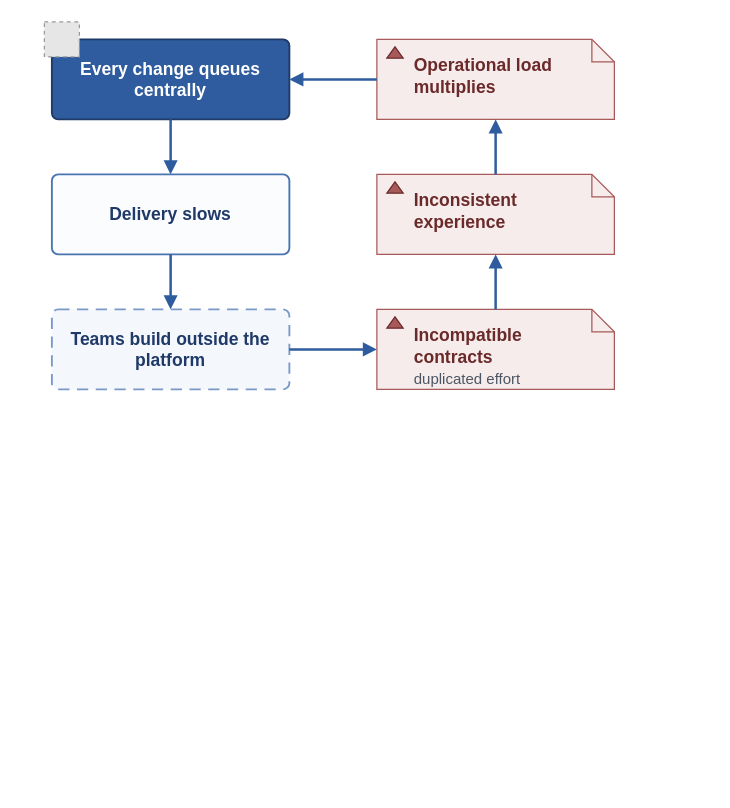
The draw.io diagram diagrams/centralized-friction-loop.drawio in missBerg/platform-capabilities, before the edit. Source tidied: cells renumbered, new cells numbered last; positions are measured from the earlier drawing's top-left corner, leaving out a move shared by most shapes. Both pictures are drawn from the tidied source at 125%, with x=0, y=0 at pixel (44, 21). Pictures stored in the file or linked from it are replaced by grey dashed boxes.
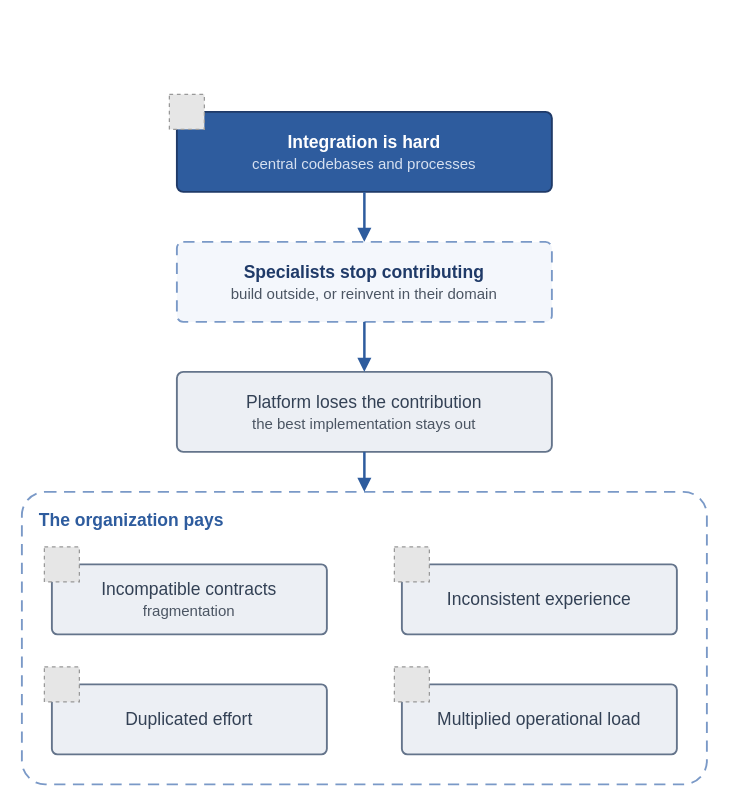
The same page after the edit.

Change to the diagram source:
```diff
@@
 <mxGraphModel>
   <root>
     <mxCell id="0" />
     <mxCell id="1" parent="0" />
-    <mxCell id="2" value="&lt;b&gt;Every change queues centrally&lt;/b&gt;" style="rounded=1;whiteSpace=wrap;html=1;arcSize=8;fillColor=#2E5C9E;strokeColor=#1F3A68;strokeWidth=1.5;fontColor=#FFFFFF;fontFamily=Helvetica;fontSize=14;align=center;verticalAlign=middle;shadow=0;" parent="1" vertex="1">
-      <mxGeometry x="6" y="14" width="190" height="64" as="geometry" />
-    </mxCell>
-    <mxCell id="3" style="fillColor=#E6E6E6;strokeColor=#999999;dashed=1;verticalLabelPosition=bottom;verticalAlign=top;align=center;fontFamily=Helvetica;fontSize=14;fontColor=#1F3A68;" parent="1" vertex="1">
-      <mxGeometry width="28" height="28" as="geometry" />
-    </mxCell>
-    <mxCell id="4" value="&lt;b&gt;Operational load multiplies&lt;/b&gt;" style="shape=note;whiteSpace=wrap;html=1;backgroundOutline=1;fillColor=#F7ECEC;strokeColor=#A85959;strokeWidth=1;fontColor=#6B2A2A;fontFamily=Helvetica;fontSize=14;align=left;verticalAlign=top;spacingLeft=28;spacingTop=6;spacingRight=8;shadow=0;size=18;" parent="1" vertex="1">
-      <mxGeometry x="266" y="14" width="190" height="64" as="geometry" />
-    </mxCell>
-    <mxCell id="5" style="shape=triangle;direction=north;fillColor=#A85959;strokeColor=#6B2A2A;html=1;shadow=0;" parent="1" vertex="1">
-      <mxGeometry x="274" y="20" width="13" height="9" as="geometry" />
-    </mxCell>
-    <mxCell id="6" value="&lt;b&gt;Delivery slows&lt;/b&gt;" style="rounded=1;whiteSpace=wrap;html=1;arcSize=8;fillColor=#FBFCFE;strokeColor=#4A75B1;strokeWidth=1.5;fontColor=#1F3A68;fontFamily=Helvetica;fontSize=14;align=center;verticalAlign=middle;shadow=0;" parent="1" vertex="1">
-      <mxGeometry x="6" y="122" width="190" height="64" as="geometry" />
-    </mxCell>
+    <mxCell id="18" value="&lt;b&gt;The organization pays&lt;/b&gt;" style="rounded=1;whiteSpace=wrap;html=1;arcSize=8;fillColor=none;strokeColor=#7A99C7;strokeWidth=1.5;fontColor=#2E5C9E;fontFamily=Helvetica;fontSize=14;align=left;verticalAlign=top;dashed=1;dashPattern=6 4;spacingLeft=12;spacingTop=8;shadow=0;" parent="1" vertex="1">
+      <mxGeometry x="-18" y="376" width="548" height="234" as="geometry" />
+    </mxCell>
+    <mxCell id="19" value="&lt;b&gt;Integration is hard&lt;/b&gt;&lt;br&gt;&lt;font style=&quot;font-size: 12px&quot; color=&quot;#D6E0F0&quot;&gt;central codebases and processes&lt;/font&gt;" style="rounded=1;whiteSpace=wrap;html=1;arcSize=8;fillColor=#2E5C9E;strokeColor=#1F3A68;strokeWidth=1.5;fontColor=#FFFFFF;fontFamily=Helvetica;fontSize=14;align=center;verticalAlign=middle;shadow=0;" parent="1" vertex="1">
+      <mxGeometry x="106" y="72" width="300" height="64" as="geometry" />
+    </mxCell>
+    <mxCell id="20" style="fillColor=#E6E6E6;strokeColor=#999999;dashed=1;verticalLabelPosition=bottom;verticalAlign=top;align=center;fontFamily=Helvetica;fontSize=14;fontColor=#1F3A68;" parent="1" vertex="1">
+      <mxGeometry x="100" y="58" width="28" height="28" as="geometry" />
+    </mxCell>
+    <mxCell id="9" value="&lt;b&gt;Specialists stop contributing&lt;/b&gt;&lt;br&gt;&lt;font style=&quot;font-size: 12px&quot; color=&quot;#4B5563&quot;&gt;build outside, or reinvent in their domain&lt;/font&gt;" style="rounded=1;whiteSpace=wrap;html=1;arcSize=8;fillColor=#F4F7FC;strokeColor=#7A99C7;strokeWidth=1.5;dashed=1;dashPattern=6 4;fontColor=#1F3A68;fontFamily=Helvetica;fontSize=14;align=center;verticalAlign=middle;shadow=0;" parent="1" vertex="1">
+      <mxGeometry x="106" y="176" width="300" height="64" as="geometry" />
+    </mxCell>
+    <mxCell id="21" value="Platform loses the contribution&lt;br&gt;&lt;font style=&quot;font-size: 12px&quot; color=&quot;#4B5563&quot;&gt;the best implementation stays out&lt;/font&gt;" style="rounded=1;whiteSpace=wrap;html=1;arcSize=8;fillColor=#ECEFF4;strokeColor=#64748B;strokeWidth=1.5;fontColor=#334155;fontFamily=Helvetica;fontSize=14;align=center;verticalAlign=middle;shadow=0;" parent="1" vertex="1">
+      <mxGeometry x="106" y="280" width="300" height="64" as="geometry" />
+    </mxCell>
+    <mxCell id="22" value="Incompatible contracts&lt;br&gt;&lt;font style=&quot;font-size: 12px&quot; color=&quot;#4B5563&quot;&gt;fragmentation&lt;/font&gt;" style="rounded=1;whiteSpace=wrap;html=1;arcSize=8;fillColor=#ECEFF4;strokeColor=#64748B;strokeWidth=1.5;fontColor=#334155;fontFamily=Helvetica;fontSize=14;align=center;verticalAlign=middle;shadow=0;" parent="1" vertex="1">
+      <mxGeometry x="6" y="434" width="220" height="56" as="geometry" />
+    </mxCell>
+    <mxCell id="23" style="fillColor=#E6E6E6;strokeColor=#999999;dashed=1;verticalLabelPosition=bottom;verticalAlign=top;align=center;fontFamily=Helvetica;fontSize=14;fontColor=#1F3A68;" parent="1" vertex="1">
+      <mxGeometry y="420" width="28" height="28" as="geometry" />
+    </mxCell>
-    <mxCell id="7" value="&lt;b&gt;Inconsistent experience&lt;/b&gt;" style="shape=note;whiteSpace=wrap;html=1;backgroundOutline=1;fillColor=#F7ECEC;strokeColor=#A85959;strokeWidth=1;fontColor=#6B2A2A;fontFamily=Helvetica;fontSize=14;align=left;verticalAlign=top;spacingLeft=28;spacingTop=6;spacingRight=8;shadow=0;size=18;" parent="1" vertex="1">
-      <mxGeometry x="266" y="122" width="190" height="64" as="geometry" />
+    <mxCell id="7" value="Inconsistent experience" style="rounded=1;whiteSpace=wrap;html=1;arcSize=8;fillColor=#ECEFF4;strokeColor=#64748B;strokeWidth=1.5;fontColor=#334155;fontFamily=Helvetica;fontSize=14;align=center;verticalAlign=middle;shadow=0;" parent="1" vertex="1">
+      <mxGeometry x="286" y="434" width="220" height="56" as="geometry" />
     </mxCell>
-    <mxCell id="8" style="shape=triangle;direction=north;fillColor=#A85959;strokeColor=#6B2A2A;html=1;shadow=0;" parent="1" vertex="1">
-      <mxGeometry x="274" y="128" width="13" height="9" as="geometry" />
-    </mxCell>
-    <mxCell id="9" value="&lt;b&gt;Teams build outside the platform&lt;/b&gt;" style="rounded=1;whiteSpace=wrap;html=1;arcSize=8;fillColor=#F4F7FC;strokeColor=#7A99C7;strokeWidth=1.5;dashed=1;dashPattern=6 4;fontColor=#1F3A68;fontFamily=Helvetica;fontSize=14;align=center;verticalAlign=middle;shadow=0;" parent="1" vertex="1">
-      <mxGeometry x="6" y="230" width="190" height="64" as="geometry" />
-    </mxCell>
-    <mxCell id="10" value="&lt;b&gt;Incompatible contracts&lt;/b&gt;&lt;br&gt;&lt;font style=&quot;font-size: 12px&quot; color=&quot;#4B5563&quot;&gt;duplicated effort&lt;/font&gt;" style="shape=note;whiteSpace=wrap;html=1;backgroundOutline=1;fillColor=#F7ECEC;strokeColor=#A85959;strokeWidth=1;fontColor=#6B2A2A;fontFamily=Helvetica;fontSize=14;align=left;verticalAlign=top;spacingLeft=28;spacingTop=6;spacingRight=8;shadow=0;size=18;" parent="1" vertex="1">
-      <mxGeometry x="266" y="230" width="190" height="64" as="geometry" />
-    </mxCell>
-    <mxCell id="11" style="shape=triangle;direction=north;fillColor=#A85959;strokeColor=#6B2A2A;html=1;shadow=0;" parent="1" vertex="1">
-      <mxGeometry x="274" y="236" width="13" height="9" as="geometry" />
-    </mxCell>
+    <mxCell id="24" style="fillColor=#E6E6E6;strokeColor=#999999;dashed=1;verticalLabelPosition=bottom;verticalAlign=top;align=center;fontFamily=Helvetica;fontSize=14;fontColor=#1F3A68;" parent="1" vertex="1">
+      <mxGeometry x="280" y="420" width="28" height="28" as="geometry" />
+    </mxCell>
+    <mxCell id="25" value="Duplicated effort" style="rounded=1;whiteSpace=wrap;html=1;arcSize=8;fillColor=#ECEFF4;strokeColor=#64748B;strokeWidth=1.5;fontColor=#334155;fontFamily=Helvetica;fontSize=14;align=center;verticalAlign=middle;shadow=0;" parent="1" vertex="1">
+      <mxGeometry x="6" y="530" width="220" height="56" as="geometry" />
+    </mxCell>
+    <mxCell id="26" style="fillColor=#E6E6E6;strokeColor=#999999;dashed=1;verticalLabelPosition=bottom;verticalAlign=top;align=center;fontFamily=Helvetica;fontSize=14;fontColor=#1F3A68;" parent="1" vertex="1">
+      <mxGeometry y="516" width="28" height="28" as="geometry" />
+    </mxCell>
+    <mxCell id="27" value="Multiplied operational load" style="rounded=1;whiteSpace=wrap;html=1;arcSize=8;fillColor=#ECEFF4;strokeColor=#64748B;strokeWidth=1.5;fontColor=#334155;fontFamily=Helvetica;fontSize=14;align=center;verticalAlign=middle;shadow=0;" parent="1" vertex="1">
+      <mxGeometry x="286" y="530" width="220" height="56" as="geometry" />
+    </mxCell>
+    <mxCell id="28" style="fillColor=#E6E6E6;strokeColor=#999999;dashed=1;verticalLabelPosition=bottom;verticalAlign=top;align=center;fontFamily=Helvetica;fontSize=14;fontColor=#1F3A68;" parent="1" vertex="1">
+      <mxGeometry x="280" y="516" width="28" height="28" as="geometry" />
+    </mxCell>
-    <mxCell id="12" style="edgeStyle=orthogonalEdgeStyle;endArrow=block;html=1;rounded=0;strokeColor=#2E5C9E;strokeWidth=2;fontColor=#1F3A68;fontFamily=Helvetica;fontSize=12;endFill=1;curved=1;exitX=0.5;exitY=1;exitDx=0;exitDy=0;entryX=0.5;entryY=0;entryDx=0;entryDy=0;" parent="1" edge="1" source="2" target="6">
+    <mxCell id="12" style="edgeStyle=orthogonalEdgeStyle;endArrow=block;html=1;rounded=0;strokeColor=#2E5C9E;strokeWidth=2;fontColor=#1F3A68;fontFamily=Helvetica;fontSize=12;endFill=1;curved=1;exitX=0.5;exitY=1;exitDx=0;exitDy=0;entryX=0.5;entryY=0;entryDx=0;entryDy=0;" parent="1" edge="1" source="19" target="9">
       <mxGeometry relative="1" as="geometry" />
     </mxCell>
-    <mxCell id="13" style="edgeStyle=orthogonalEdgeStyle;endArrow=block;html=1;rounded=0;strokeColor=#2E5C9E;strokeWidth=2;fontColor=#1F3A68;fontFamily=Helvetica;fontSize=12;endFill=1;curved=1;exitX=0.5;exitY=1;exitDx=0;exitDy=0;entryX=0.5;entryY=0;entryDx=0;entryDy=0;" parent="1" edge="1" source="6" target="9">
+    <mxCell id="13" style="edgeStyle=orthogonalEdgeStyle;endArrow=block;html=1;rounded=0;strokeColor=#2E5C9E;strokeWidth=2;fontColor=#1F3A68;fontFamily=Helvetica;fontSize=12;endFill=1;curved=1;exitX=0.5;exitY=1;exitDx=0;exitDy=0;entryX=0.5;entryY=0;entryDx=0;entryDy=0;" parent="1" edge="1" source="9" target="21">
       <mxGeometry relative="1" as="geometry" />
     </mxCell>
-    <mxCell id="14" style="edgeStyle=orthogonalEdgeStyle;endArrow=block;html=1;rounded=0;strokeColor=#2E5C9E;strokeWidth=2;fontColor=#1F3A68;fontFamily=Helvetica;fontSize=12;endFill=1;curved=1;exitX=1;exitY=0.5;exitDx=0;exitDy=0;entryX=0;entryY=0.5;entryDx=0;entryDy=0;" parent="1" edge="1" source="9" target="10">
+    <mxCell id="14" style="edgeStyle=orthogonalEdgeStyle;endArrow=block;html=1;rounded=0;strokeColor=#2E5C9E;strokeWidth=2;fontColor=#1F3A68;fontFamily=Helvetica;fontSize=12;endFill=1;curved=1;exitX=0.5;exitY=1;exitDx=0;exitDy=0;entryX=0.5;entryY=0;entryDx=0;entryDy=0;" parent="1" edge="1" source="21" target="18">
       <mxGeometry relative="1" as="geometry" />
     </mxCell>
-    <mxCell id="15" style="edgeStyle=orthogonalEdgeStyle;endArrow=block;html=1;rounded=0;strokeColor=#2E5C9E;strokeWidth=2;fontColor=#1F3A68;fontFamily=Helvetica;fontSize=12;endFill=1;curved=1;exitX=0.5;exitY=0;exitDx=0;exitDy=0;entryX=0.5;entryY=1;entryDx=0;entryDy=0;" parent="1" edge="1" source="10" target="7">
-      <mxGeometry relative="1" as="geometry" />
-    </mxCell>
-    <mxCell id="16" style="edgeStyle=orthogonalEdgeStyle;endArrow=block;html=1;rounded=0;strokeColor=#2E5C9E;strokeWidth=2;fontColor=#1F3A68;fontFamily=Helvetica;fontSize=12;endFill=1;curved=1;exitX=0.5;exitY=0;exitDx=0;exitDy=0;entryX=0.5;entryY=1;entryDx=0;entryDy=0;" parent="1" edge="1" source="7" target="4">
-      <mxGeometry relative="1" as="geometry" />
-    </mxCell>
-    <mxCell id="17" style="edgeStyle=orthogonalEdgeStyle;endArrow=block;html=1;rounded=0;strokeColor=#2E5C9E;strokeWidth=2;fontColor=#1F3A68;fontFamily=Helvetica;fontSize=12;endFill=1;curved=1;exitX=0;exitY=0.5;exitDx=0;exitDy=0;entryX=1;entryY=0.5;entryDx=0;entryDy=0;" parent="1" edge="1" source="4" target="2">
-      <mxGeometry relative="1" as="geometry" />
-    </mxCell>
   </root>
 </mxGraphModel>
```
